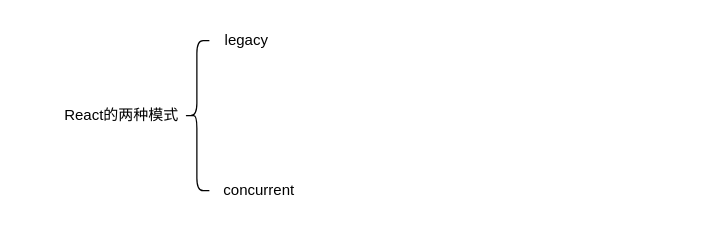
Above: React/React的两种模式.drawio in YoungMandy/Web-Front (draw.io), before the change. Source tidied: cells renumbered, new cells numbered last; positions are measured from the earlier drawing's top-left corner, leaving out a move shared by most shapes. Both pictures are drawn from the tidied source at 125%, with x=0, y=0 at pixel (21, 21).
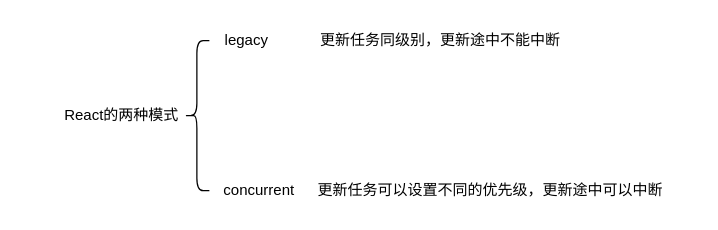
The same page after the edit.

Commit message (it also covers changes not shown here):
docs: ref对象一直存在的原因

Change to the diagram source:
```diff
@@
 <mxGraphModel>
   <root>
     <mxCell id="0" />
     <mxCell id="1" parent="0" />
     <mxCell id="2" value="React的两种模式" style="text;html=1;strokeColor=none;fillColor=none;align=center;verticalAlign=middle;whiteSpace=wrap;rounded=0;" parent="1" vertex="1">
       <mxGeometry y="50" width="160" height="50" as="geometry" />
     </mxCell>
     <mxCell id="3" style="shape=curlyBracket;whiteSpace=wrap;html=1;rounded=1;labelPosition=left;verticalLabelPosition=middle;align=right;verticalAlign=middle;" parent="1" vertex="1">
       <mxGeometry x="130" y="15" width="20" height="120" as="geometry" />
     </mxCell>
     <mxCell id="4" value="legacy" style="text;html=1;strokeColor=none;fillColor=none;align=center;verticalAlign=middle;whiteSpace=wrap;rounded=0;" parent="1" vertex="1">
       <mxGeometry x="150" width="60" height="30" as="geometry" />
     </mxCell>
     <mxCell id="5" value="concurrent" style="text;html=1;strokeColor=none;fillColor=none;align=center;verticalAlign=middle;whiteSpace=wrap;rounded=0;" parent="1" vertex="1">
       <mxGeometry x="160" y="120" width="60" height="30" as="geometry" />
     </mxCell>
+    <mxCell id="6" value="更新任务同级别，更新途中不能中断" style="text;html=1;strokeColor=none;fillColor=none;align=center;verticalAlign=middle;whiteSpace=wrap;rounded=0;" parent="1" vertex="1">
+      <mxGeometry x="220" width="230" height="30" as="geometry" />
+    </mxCell>
+    <mxCell id="7" value="更新任务可以设置不同的优先级，更新途中可以中断" style="text;html=1;strokeColor=none;fillColor=none;align=center;verticalAlign=middle;whiteSpace=wrap;rounded=0;" parent="1" vertex="1">
+      <mxGeometry x="210" y="120" width="330" height="30" as="geometry" />
+    </mxCell>
   </root>
 </mxGraphModel>
```
